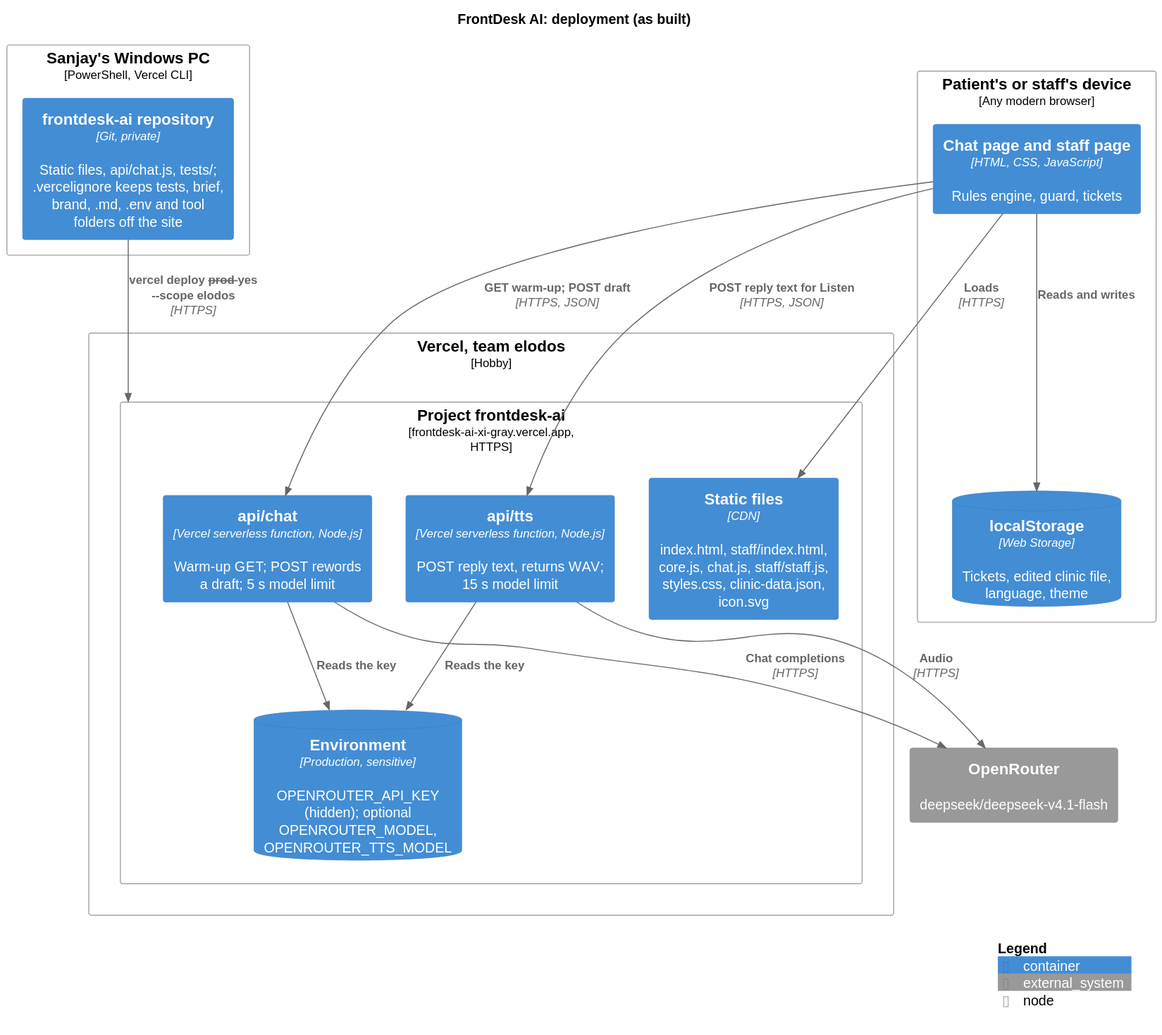
Before: docs/diagrams/deployment.svg, a diagram exported from PlantUML (karwasanjay007/frontdesk-ai-docs). Source of this version:
```plantuml
@startuml
!include <C4/C4_Deployment>
title FrontDesk AI: deployment (as built)

Deployment_Node(dev, "Sanjay's Windows PC", "PowerShell, Vercel CLI") {
  Container(src, "frontdesk-ai repository", "Git, private", "Static files, api/chat.js, tests/; .vercelignore keeps tests, brief, brand, .md, .env and tool folders off the site")
}

Deployment_Node(vercel, "Vercel, team elodos", "Hobby") {
  Deployment_Node(proj, "Project frontdesk-ai", "frontdesk-ai-xi-gray.vercel.app, HTTPS") {
    Container(static, "Static files", "CDN", "index.html, staff/index.html, core.js, chat.js, staff/staff.js, styles.css, clinic-data.json, icon.svg")
    Container(fn, "api/chat", "Vercel serverless function, Node.js", "Warm-up GET; POST rewords a draft; 5 s model limit")
    Container(tts, "api/tts", "Vercel serverless function, Node.js", "POST reply text, returns WAV; 15 s model limit")
    ContainerDb(env, "Environment", "Production, sensitive", "OPENROUTER_API_KEY (hidden); optional OPENROUTER_MODEL, OPENROUTER_TTS_MODEL")
  }
}

Deployment_Node(device, "Patient's or staff's device", "Any modern browser") {
  Container(pages, "Chat page and staff page", "HTML, CSS, JavaScript", "Rules engine, guard, tickets")
  ContainerDb(ls, "localStorage", "Web Storage", "Tickets, edited clinic file, language, theme")
}

System_Ext(openrouter, "OpenRouter", "deepseek/deepseek-v4.1-flash")

Rel(src, proj, "vercel deploy --prod --yes --scope elodos", "HTTPS")
Rel(pages, static, "Loads", "HTTPS")
Rel(pages, fn, "GET warm-up; POST draft", "HTTPS, JSON")
Rel(pages, tts, "POST reply text for Listen", "HTTPS, JSON")
Rel(tts, env, "Reads the key")
Rel(tts, openrouter, "Audio", "HTTPS")
Rel(fn, env, "Reads the key")
Rel(fn, openrouter, "Chat completions", "HTTPS")
Rel(pages, ls, "Reads and writes")

SHOW_LEGEND()
@enduml
```
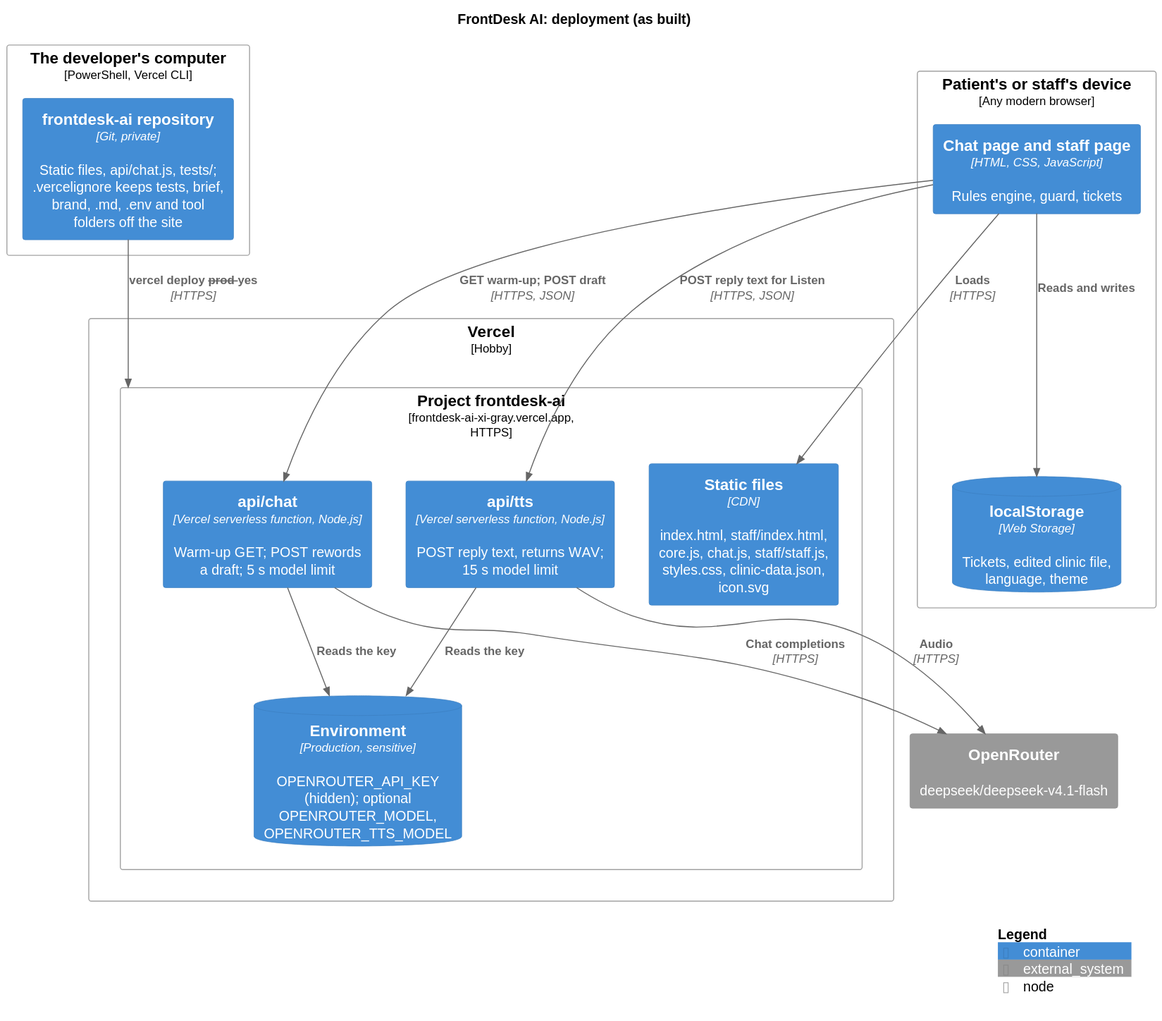
Later version of the same file.

Commit message:
The documents as submitted on 21 November 2026 (version 1.0.0.0), kept for comparison; hosting team name and local paths removed

Change to the diagram source:
```diff
@@ -2,11 +2,11 @@
 !include <C4/C4_Deployment>
 title FrontDesk AI: deployment (as built)
 
-Deployment_Node(dev, "Sanjay's Windows PC", "PowerShell, Vercel CLI") {
+Deployment_Node(dev, "The developer's computer", "PowerShell, Vercel CLI") {
   Container(src, "frontdesk-ai repository", "Git, private", "Static files, api/chat.js, tests/; .vercelignore keeps tests, brief, brand, .md, .env and tool folders off the site")
 }
 
-Deployment_Node(vercel, "Vercel, team elodos", "Hobby") {
+Deployment_Node(vercel, "Vercel", "Hobby") {
   Deployment_Node(proj, "Project frontdesk-ai", "frontdesk-ai-xi-gray.vercel.app, HTTPS") {
     Container(static, "Static files", "CDN", "index.html, staff/index.html, core.js, chat.js, staff/staff.js, styles.css, clinic-data.json, icon.svg")
     Container(fn, "api/chat", "Vercel serverless function, Node.js", "Warm-up GET; POST rewords a draft; 5 s model limit")
@@ -22,7 +22,7 @@
 
 System_Ext(openrouter, "OpenRouter", "deepseek/deepseek-v4.1-flash")
 
-Rel(src, proj, "vercel deploy --prod --yes --scope elodos", "HTTPS")
+Rel(src, proj, "vercel deploy --prod --yes", "HTTPS")
 Rel(pages, static, "Loads", "HTTPS")
 Rel(pages, fn, "GET warm-up; POST draft", "HTTPS, JSON")
 Rel(pages, tts, "POST reply text for Listen", "HTTPS, JSON")
```
